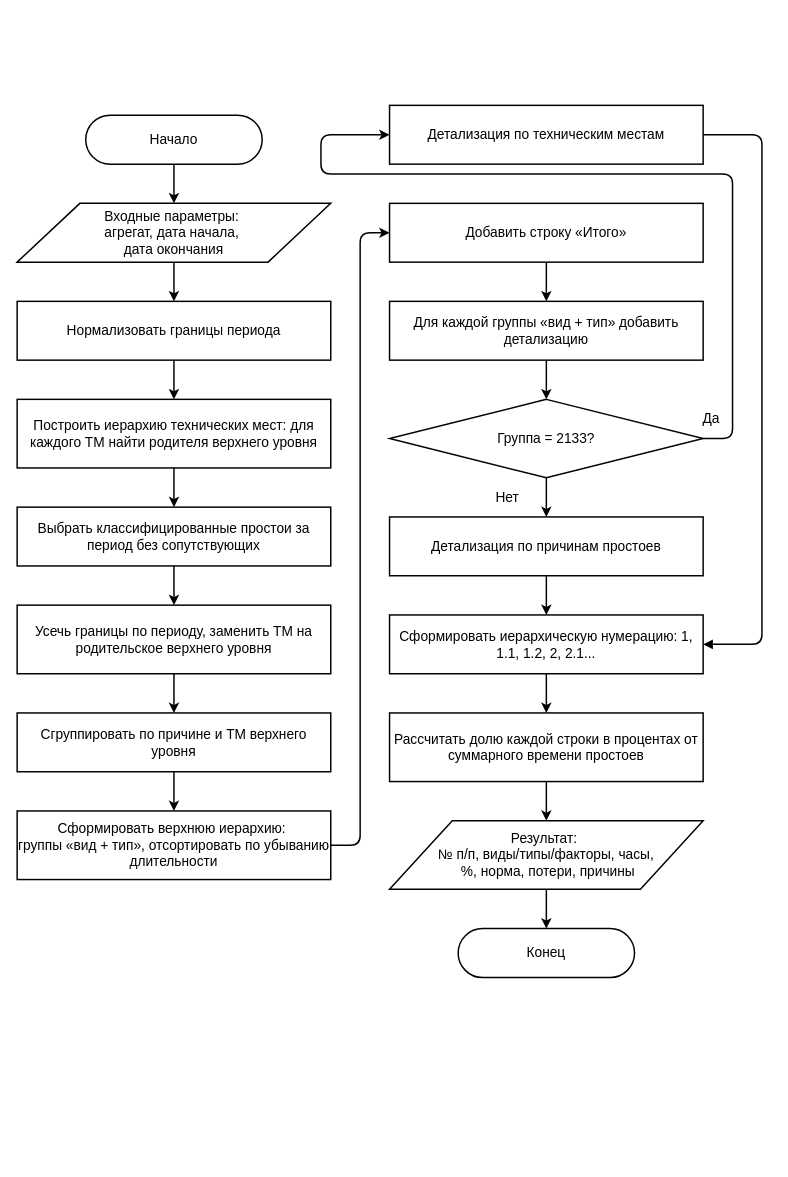
The draw.io diagram page "Page-14" (14 of 21) of diagrams/Untitled Diagram.drawio in KhasanovAMdev/MyDiagrams, before the edit. Source tidied: cells renumbered, new cells numbered last; positions are measured from the earlier drawing's top-left corner, leaving out a move shared by most shapes. Both pictures are drawn from the tidied source at 98%, with x=0, y=0 at pixel (17, 105).
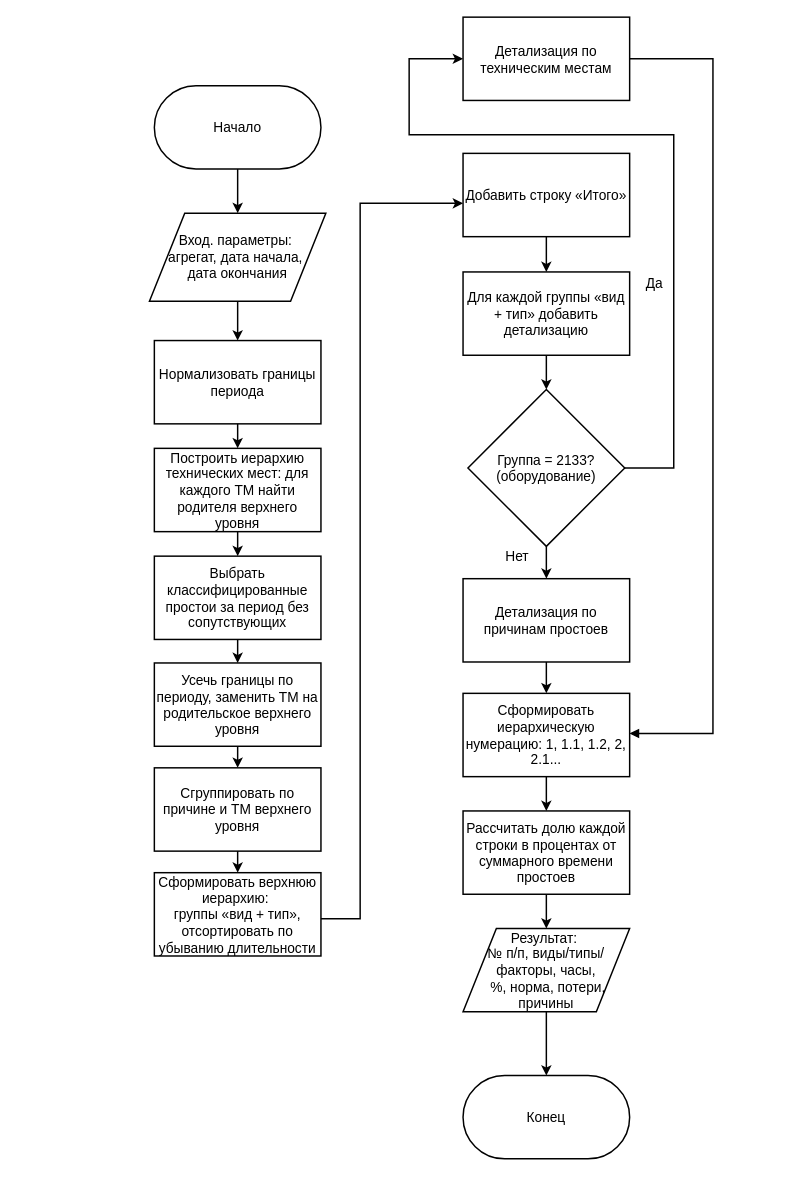
The same page after the edit.

Diff of the diagram source:
```diff
@@
     <mxCell id="2" value="Начало" style="rounded=1;whiteSpace=wrap;html=1;arcSize=50;fillColor=#ffffff;strokeColor=#000000;strokeWidth=1.5;fontSize=14;" parent="1" vertex="1">
-      <mxGeometry x="70" y="10" width="180" height="50" as="geometry" />
+      <mxGeometry x="140" y="-20" width="170" height="85" as="geometry" />
     </mxCell>
-    <mxCell id="3" value="Входные параметры:&amp;nbsp;&lt;div&gt;агрегат, дата начала,&amp;nbsp;&lt;/div&gt;&lt;div&gt;дата окончания&lt;/div&gt;" style="shape=parallelogram;perimeter=parallelogramPerimeter;whiteSpace=wrap;html=1;fillColor=#ffffff;strokeColor=#000000;strokeWidth=1.5;fontSize=14;" parent="1" vertex="1">
-      <mxGeometry y="100" width="320" height="60" as="geometry" />
+    <mxCell id="3" value="Вход. параметры:&amp;nbsp;&lt;div&gt;агрегат, дата начала,&amp;nbsp;&lt;/div&gt;&lt;div&gt;дата окончания&lt;/div&gt;" style="shape=parallelogram;perimeter=parallelogramPerimeter;whiteSpace=wrap;html=1;fillColor=#ffffff;strokeColor=#000000;strokeWidth=1.5;fontSize=14;align=center;verticalAlign=middle;" parent="1" vertex="1">
+      <mxGeometry x="135" y="110" width="180" height="90" as="geometry" />
     </mxCell>
     <mxCell id="4" value="Нормализовать границы периода" style="rounded=0;whiteSpace=wrap;html=1;fillColor=#ffffff;strokeColor=#000000;strokeWidth=1.5;fontSize=14;" parent="1" vertex="1">
-      <mxGeometry y="200" width="320" height="60" as="geometry" />
+      <mxGeometry x="140" y="240" width="170" height="85" as="geometry" />
     </mxCell>
     <mxCell id="5" value="Построить иерархию технических мест: для каждого ТМ найти родителя верхнего уровня" style="rounded=0;whiteSpace=wrap;html=1;fillColor=#ffffff;strokeColor=#000000;strokeWidth=1.5;fontSize=14;" parent="1" vertex="1">
-      <mxGeometry y="300" width="320" height="70" as="geometry" />
+      <mxGeometry x="140" y="350" width="170" height="85" as="geometry" />
     </mxCell>
     <mxCell id="6" value="Выбрать классифицированные простои за период без сопутствующих" style="rounded=0;whiteSpace=wrap;html=1;fillColor=#ffffff;strokeColor=#000000;strokeWidth=1.5;fontSize=14;" parent="1" vertex="1">
-      <mxGeometry y="410" width="320" height="60" as="geometry" />
+      <mxGeometry x="140" y="460" width="170" height="85" as="geometry" />
     </mxCell>
     <mxCell id="7" value="Усечь границы по периоду, заменить ТМ на родительское верхнего уровня" style="rounded=0;whiteSpace=wrap;html=1;fillColor=#ffffff;strokeColor=#000000;strokeWidth=1.5;fontSize=14;" parent="1" vertex="1">
-      <mxGeometry y="510" width="320" height="70" as="geometry" />
+      <mxGeometry x="140" y="569" width="170" height="85" as="geometry" />
     </mxCell>
     <mxCell id="8" value="Сгруппировать по причине и ТМ верхнего уровня" style="rounded=0;whiteSpace=wrap;html=1;fillColor=#ffffff;strokeColor=#000000;strokeWidth=1.5;fontSize=14;" parent="1" vertex="1">
-      <mxGeometry y="620" width="320" height="60" as="geometry" />
+      <mxGeometry x="140" y="676" width="170" height="85" as="geometry" />
     </mxCell>
     <mxCell id="9" value="Сформировать верхнюю иерархию:&amp;nbsp;&lt;div&gt;группы «вид + тип», отсортировать по убыванию длительности&lt;/div&gt;" style="rounded=0;whiteSpace=wrap;html=1;fillColor=#ffffff;strokeColor=#000000;strokeWidth=1.5;fontSize=14;" parent="1" vertex="1">
-      <mxGeometry y="720" width="320" height="70" as="geometry" />
+      <mxGeometry x="140" y="783" width="170" height="85" as="geometry" />
     </mxCell>
     <mxCell id="10" value="Добавить строку «Итого»" style="rounded=0;whiteSpace=wrap;html=1;fillColor=#ffffff;strokeColor=#000000;strokeWidth=1.5;fontSize=14;" parent="1" vertex="1">
-      <mxGeometry x="380" y="100" width="320" height="60" as="geometry" />
+      <mxGeometry x="455" y="49" width="170" height="85" as="geometry" />
     </mxCell>
     <mxCell id="11" value="Для каждой группы «вид + тип» добавить детализацию" style="rounded=0;whiteSpace=wrap;html=1;fillColor=#ffffff;strokeColor=#000000;strokeWidth=1.5;fontSize=14;" parent="1" vertex="1">
-      <mxGeometry x="380" y="200" width="320" height="60" as="geometry" />
+      <mxGeometry x="455" y="170" width="170" height="85" as="geometry" />
     </mxCell>
-    <mxCell id="12" value="Группа = 2133?" style="rhombus;whiteSpace=wrap;html=1;fillColor=#ffffff;strokeColor=#000000;strokeWidth=1.5;fontSize=14;" parent="1" vertex="1">
-      <mxGeometry x="380" y="300" width="320" height="80" as="geometry" />
+    <mxCell id="12" value="Группа = 2133?&lt;br&gt;(оборудование)" style="rhombus;whiteSpace=wrap;html=1;fillColor=#ffffff;strokeColor=#000000;strokeWidth=1.5;fontSize=14;" parent="1" vertex="1">
+      <mxGeometry x="460" y="290" width="160" height="160" as="geometry" />
     </mxCell>
     <mxCell id="13" value="Детализация по техническим местам" style="rounded=0;whiteSpace=wrap;html=1;fillColor=#ffffff;strokeColor=#000000;strokeWidth=1.5;fontSize=14;" parent="1" vertex="1">
-      <mxGeometry x="380" width="320" height="60" as="geometry" />
+      <mxGeometry x="455" y="-90" width="170" height="85" as="geometry" />
     </mxCell>
     <mxCell id="14" value="Детализация по причинам простоев" style="rounded=0;whiteSpace=wrap;html=1;fillColor=#ffffff;strokeColor=#000000;strokeWidth=1.5;fontSize=14;" parent="1" vertex="1">
-      <mxGeometry x="380" y="420" width="320" height="60" as="geometry" />
+      <mxGeometry x="455" y="483" width="170" height="85" as="geometry" />
     </mxCell>
     <mxCell id="15" value="Сформировать иерархическую нумерацию: 1, 1.1, 1.2, 2, 2.1..." style="rounded=0;whiteSpace=wrap;html=1;fillColor=#ffffff;strokeColor=#000000;strokeWidth=1.5;fontSize=14;" parent="1" vertex="1">
-      <mxGeometry x="380" y="520" width="320" height="60" as="geometry" />
+      <mxGeometry x="455" y="600" width="170" height="85" as="geometry" />
     </mxCell>
     <mxCell id="16" value="Рассчитать долю каждой строки в процентах от суммарного времени простоев" style="rounded=0;whiteSpace=wrap;html=1;fillColor=#ffffff;strokeColor=#000000;strokeWidth=1.5;fontSize=14;" parent="1" vertex="1">
-      <mxGeometry x="380" y="620" width="320" height="70" as="geometry" />
+      <mxGeometry x="455" y="720" width="170" height="85" as="geometry" />
     </mxCell>
     <mxCell id="17" value="Результат:&amp;nbsp;&lt;div&gt;№ п/п, виды/типы/факторы, часы,&lt;/div&gt;&lt;div&gt;&amp;nbsp;%, норма, потери, причины&lt;/div&gt;" style="shape=parallelogram;perimeter=parallelogramPerimeter;whiteSpace=wrap;html=1;fillColor=#ffffff;strokeColor=#000000;strokeWidth=1.5;fontSize=14;" parent="1" vertex="1">
-      <mxGeometry x="380" y="730" width="320" height="70" as="geometry" />
+      <mxGeometry x="455" y="840" width="170" height="85" as="geometry" />
     </mxCell>
     <mxCell id="18" value="Конец" style="rounded=1;whiteSpace=wrap;html=1;arcSize=50;fillColor=#ffffff;strokeColor=#000000;strokeWidth=1.5;fontSize=14;" parent="1" vertex="1">
-      <mxGeometry x="450" y="840" width="180" height="50" as="geometry" />
+      <mxGeometry x="455" y="990" width="170" height="85" as="geometry" />
     </mxCell>
-    <mxCell id="19" style="edgeStyle=orthogonalEdgeStyle;html=1;strokeWidth=1.5;endArrow=classic;fontSize=14;endFill=1;" parent="1" edge="1" source="2" target="3">
+    <mxCell id="19" style="edgeStyle=orthogonalEdgeStyle;rounded=0;html=1;strokeWidth=1.5;endArrow=classic;fontSize=14;endFill=1;" parent="1" edge="1" source="2" target="3">
       <mxGeometry relative="1" as="geometry" />
     </mxCell>
-    <mxCell id="20" style="edgeStyle=orthogonalEdgeStyle;html=1;strokeWidth=1.5;endArrow=classic;fontSize=14;endFill=1;" parent="1" edge="1" source="3" target="4">
+    <mxCell id="20" style="edgeStyle=orthogonalEdgeStyle;rounded=0;html=1;strokeWidth=1.5;endArrow=classic;fontSize=14;endFill=1;" parent="1" edge="1" source="3" target="4">
       <mxGeometry relative="1" as="geometry" />
     </mxCell>
-    <mxCell id="21" style="edgeStyle=orthogonalEdgeStyle;html=1;strokeWidth=1.5;endArrow=classic;fontSize=14;endFill=1;" parent="1" edge="1" source="4" target="5">
+    <mxCell id="21" style="edgeStyle=orthogonalEdgeStyle;rounded=0;html=1;strokeWidth=1.5;endArrow=classic;fontSize=14;endFill=1;" parent="1" edge="1" source="4" target="5">
       <mxGeometry relative="1" as="geometry" />
     </mxCell>
-    <mxCell id="22" style="edgeStyle=orthogonalEdgeStyle;html=1;strokeWidth=1.5;endArrow=classic;fontSize=14;endFill=1;" parent="1" edge="1" source="5" target="6">
+    <mxCell id="22" style="edgeStyle=orthogonalEdgeStyle;rounded=0;html=1;strokeWidth=1.5;endArrow=classic;fontSize=14;endFill=1;" parent="1" edge="1" source="5" target="6">
       <mxGeometry relative="1" as="geometry" />
     </mxCell>
-    <mxCell id="23" style="edgeStyle=orthogonalEdgeStyle;html=1;strokeWidth=1.5;endArrow=classic;fontSize=14;endFill=1;" parent="1" edge="1" source="6" target="7">
+    <mxCell id="23" style="edgeStyle=orthogonalEdgeStyle;rounded=0;html=1;strokeWidth=1.5;endArrow=classic;fontSize=14;endFill=1;" parent="1" edge="1" source="6" target="7">
       <mxGeometry relative="1" as="geometry" />
     </mxCell>
-    <mxCell id="24" style="edgeStyle=orthogonalEdgeStyle;html=1;strokeWidth=1.5;endArrow=classic;fontSize=14;endFill=1;" parent="1" edge="1" source="7" target="8">
+    <mxCell id="24" style="edgeStyle=orthogonalEdgeStyle;rounded=0;html=1;strokeWidth=1.5;endArrow=classic;fontSize=14;endFill=1;" parent="1" edge="1" source="7" target="8">
       <mxGeometry relative="1" as="geometry" />
     </mxCell>
-    <mxCell id="25" style="edgeStyle=orthogonalEdgeStyle;html=1;strokeWidth=1.5;endArrow=classic;fontSize=14;endFill=1;" parent="1" edge="1" source="8" target="9">
+    <mxCell id="25" style="edgeStyle=orthogonalEdgeStyle;rounded=0;html=1;strokeWidth=1.5;endArrow=classic;fontSize=14;endFill=1;" parent="1" edge="1" source="8" target="9">
       <mxGeometry relative="1" as="geometry" />
     </mxCell>
-    <mxCell id="26" style="edgeStyle=orthogonalEdgeStyle;html=1;strokeWidth=1.5;endArrow=classic;fontSize=14;endFill=1;" parent="1" edge="1" source="9" target="10">
-      <mxGeometry relative="1" as="geometry">
+    <mxCell id="26" style="edgeStyle=orthogonalEdgeStyle;rounded=0;html=1;strokeWidth=1.5;endArrow=classic;fontSize=14;endFill=1;" parent="1" edge="1" source="9" target="10">
+      <mxGeometry x="-0.08" relative="1" as="geometry">
         <Array as="points">
-          <mxPoint x="350" y="755" />
-          <mxPoint x="350" y="130" />
+          <mxPoint x="350" y="830" />
+          <mxPoint x="350" y="100" />
         </Array>
       </mxGeometry>
     </mxCell>
-    <mxCell id="27" style="edgeStyle=orthogonalEdgeStyle;html=1;strokeWidth=1.5;endArrow=classic;fontSize=14;endFill=1;" parent="1" edge="1" source="10" target="11">
+    <mxCell id="27" style="edgeStyle=orthogonalEdgeStyle;rounded=0;html=1;strokeWidth=1.5;endArrow=classic;fontSize=14;endFill=1;" parent="1" edge="1" source="10" target="11">
       <mxGeometry relative="1" as="geometry" />
     </mxCell>
-    <mxCell id="28" style="edgeStyle=orthogonalEdgeStyle;html=1;strokeWidth=1.5;endArrow=classic;fontSize=14;endFill=1;" parent="1" edge="1" source="11" target="12">
+    <mxCell id="28" style="edgeStyle=orthogonalEdgeStyle;rounded=0;html=1;strokeWidth=1.5;endArrow=classic;fontSize=14;endFill=1;" parent="1" edge="1" source="11" target="12">
       <mxGeometry relative="1" as="geometry" />
     </mxCell>
-    <mxCell id="29" value="Да" style="edgeStyle=orthogonalEdgeStyle;html=1;strokeWidth=1.5;endArrow=classic;labelBackgroundColor=#ffffff;exitX=1;exitY=0.5;exitDx=0;exitDy=0;fontSize=14;endFill=1;" parent="1" edge="1" source="12" target="13">
-      <mxGeometry x="-0.98" y="20" relative="1" as="geometry">
+    <mxCell id="29" value="Да" style="edgeStyle=orthogonalEdgeStyle;rounded=0;html=1;strokeWidth=1.5;endArrow=classic;labelBackgroundColor=#ffffff;exitX=1;exitY=0.5;exitDx=0;exitDy=0;entryX=0;entryY=0.5;entryDx=0;entryDy=0;fontSize=14;endFill=1;" parent="1" edge="1" source="12" target="13">
+      <mxGeometry x="-0.4" y="20" relative="1" as="geometry">
         <Array as="points">
-          <mxPoint x="730" y="340" />
-          <mxPoint x="730" y="70" />
-          <mxPoint x="310" y="70" />
-          <mxPoint x="310" y="30" />
+          <mxPoint x="670" y="370" />
+          <mxPoint x="670" y="30" />
+          <mxPoint x="400" y="30" />
+          <mxPoint x="400" y="-47.5" />
         </Array>
       </mxGeometry>
     </mxCell>
-    <mxCell id="30" value="Нет" style="edgeStyle=orthogonalEdgeStyle;html=1;strokeWidth=1.5;endArrow=classic;labelBackgroundColor=#ffffff;fontSize=14;endFill=1;" parent="1" edge="1" source="12" target="14">
-      <mxGeometry y="-40" relative="1" as="geometry" />
+    <mxCell id="30" value="Нет" style="edgeStyle=orthogonalEdgeStyle;rounded=0;html=1;strokeWidth=1.5;endArrow=classic;labelBackgroundColor=#ffffff;fontSize=14;endFill=1;" parent="1" edge="1" source="12" target="14">
+      <mxGeometry x="-0.39" y="-30" relative="1" as="geometry" />
     </mxCell>
-    <mxCell id="31" style="edgeStyle=orthogonalEdgeStyle;html=1;strokeWidth=1.5;endArrow=block;endFill=1;exitX=1;exitY=0.5;exitDx=0;exitDy=0;entryX=1;entryY=0.5;entryDx=0;entryDy=0;fontSize=14;" parent="1" edge="1" source="13" target="15">
+    <mxCell id="31" style="edgeStyle=orthogonalEdgeStyle;rounded=0;html=1;strokeWidth=1.5;endArrow=block;endFill=1;exitX=1;exitY=0.5;exitDx=0;exitDy=0;fontSize=14;entryX=0.999;entryY=0.482;entryDx=0;entryDy=0;entryPerimeter=0;" parent="1" edge="1" source="13" target="15">
       <mxGeometry x="-0.21" relative="1" as="geometry">
         <Array as="points">
-          <mxPoint x="760" y="30" />
-          <mxPoint x="760" y="550" />
+          <mxPoint x="710" y="-47.5" />
+          <mxPoint x="710" y="641" />
         </Array>
       </mxGeometry>
     </mxCell>
-    <mxCell id="32" style="edgeStyle=orthogonalEdgeStyle;html=1;strokeWidth=1.5;endArrow=classic;fontSize=14;endFill=1;" parent="1" edge="1" source="14" target="15">
+    <mxCell id="32" style="edgeStyle=orthogonalEdgeStyle;rounded=0;html=1;strokeWidth=1.5;endArrow=classic;fontSize=14;endFill=1;" parent="1" edge="1" source="14" target="15">
       <mxGeometry relative="1" as="geometry" />
     </mxCell>
-    <mxCell id="33" style="edgeStyle=orthogonalEdgeStyle;html=1;strokeWidth=1.5;endArrow=classic;fontSize=14;endFill=1;" parent="1" edge="1" source="15" target="16">
+    <mxCell id="33" style="edgeStyle=orthogonalEdgeStyle;rounded=0;html=1;strokeWidth=1.5;endArrow=classic;fontSize=14;endFill=1;" parent="1" edge="1" source="15" target="16">
       <mxGeometry relative="1" as="geometry" />
     </mxCell>
-    <mxCell id="34" style="edgeStyle=orthogonalEdgeStyle;html=1;strokeWidth=1.5;endArrow=classic;fontSize=14;endFill=1;" parent="1" edge="1" source="16" target="17">
+    <mxCell id="34" style="edgeStyle=orthogonalEdgeStyle;rounded=0;html=1;strokeWidth=1.5;endArrow=classic;fontSize=14;endFill=1;" parent="1" edge="1" source="16" target="17">
       <mxGeometry relative="1" as="geometry" />
     </mxCell>
-    <mxCell id="35" style="edgeStyle=orthogonalEdgeStyle;html=1;strokeWidth=1.5;endArrow=classic;fontSize=14;endFill=1;" parent="1" edge="1" source="17" target="18">
+    <mxCell id="35" style="edgeStyle=orthogonalEdgeStyle;rounded=0;html=1;strokeWidth=1.5;endArrow=classic;fontSize=14;endFill=1;" parent="1" edge="1" source="17" target="18">
       <mxGeometry relative="1" as="geometry" />
     </mxCell>
```
